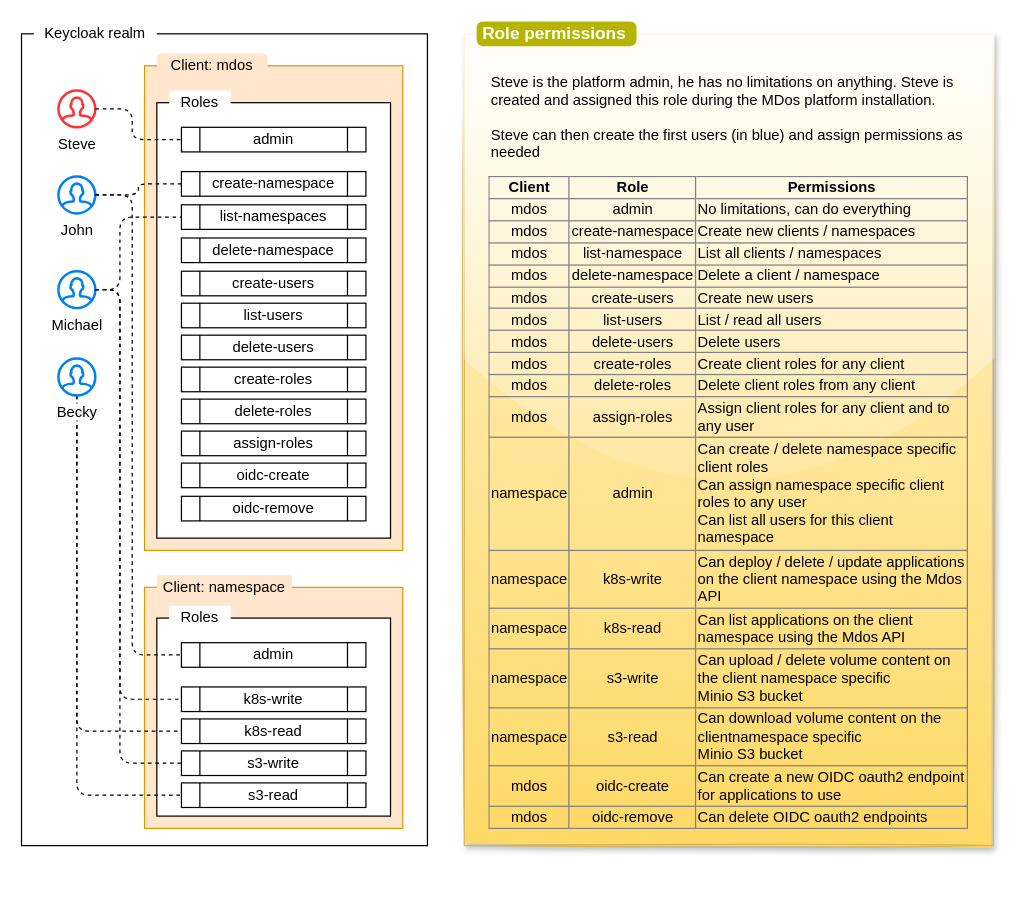
This is page "Keycloak roles" (2 of 2) of docs/architecture.drawio from mdundek/mdos, a draw.io file, before an edit. Source tidied: cells renumbered, new cells numbered last; positions are measured from the earlier drawing's top-left corner, leaving out a move shared by most shapes. Both pictures are drawn from the tidied source at 123%, with x=0, y=0 at pixel (21, 21).
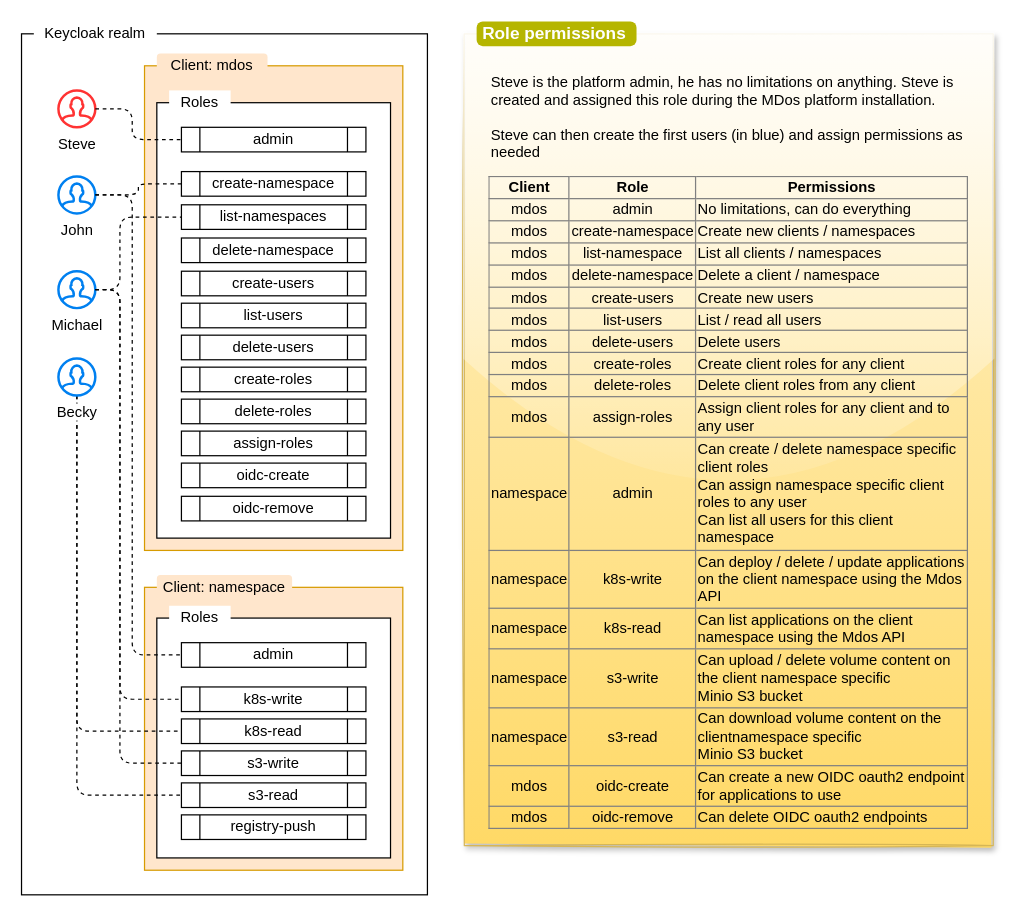
The same diagram, later.

Change to the diagram source:
```diff
@@
     <mxCell id="2" style="rounded=0;whiteSpace=wrap;html=1;" parent="1" vertex="1">
-      <mxGeometry y="10" width="330" height="660" as="geometry" />
+      <mxGeometry y="10" width="330" height="700" as="geometry" />
     </mxCell>
@@
     <mxCell id="14" style="rounded=0;whiteSpace=wrap;html=1;fillColor=#ffe6cc;strokeColor=#d79b00;" parent="1" vertex="1">
-      <mxGeometry x="100" y="460" width="210" height="196" as="geometry" />
+      <mxGeometry x="100" y="460" width="210" height="230" as="geometry" />
     </mxCell>
@@
     <mxCell id="16" style="rounded=0;whiteSpace=wrap;html=1;fillColor=default;" parent="1" vertex="1">
-      <mxGeometry x="110" y="485" width="190" height="161" as="geometry" />
+      <mxGeometry x="110" y="485" width="190" height="195" as="geometry" />
     </mxCell>
@@
+    <mxCell id="45" value="registry-push" style="shape=process;whiteSpace=wrap;html=1;backgroundOutline=1;fillColor=default;" parent="1" vertex="1">
+      <mxGeometry x="130" y="645" width="150" height="20" as="geometry" />
+    </mxCell>
```
